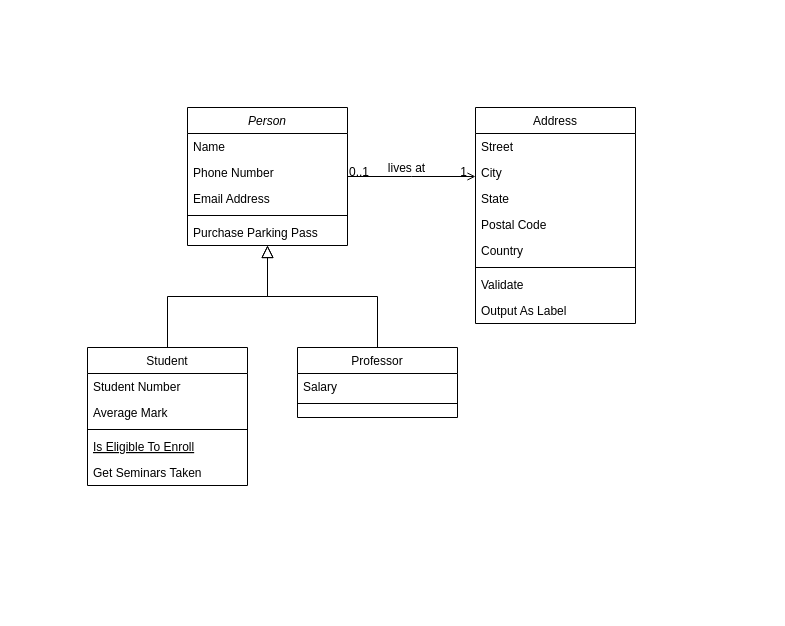
Above: Untitled Diagram.drawio in meowie2k3/BoxOfParticle (draw.io), before the change. Source tidied: cells renumbered, new cells numbered last; positions are measured from the earlier drawing's top-left corner, leaving out a move shared by most shapes. Both pictures are drawn from the tidied source at 100%, with x=0, y=0 at pixel (87, 107).
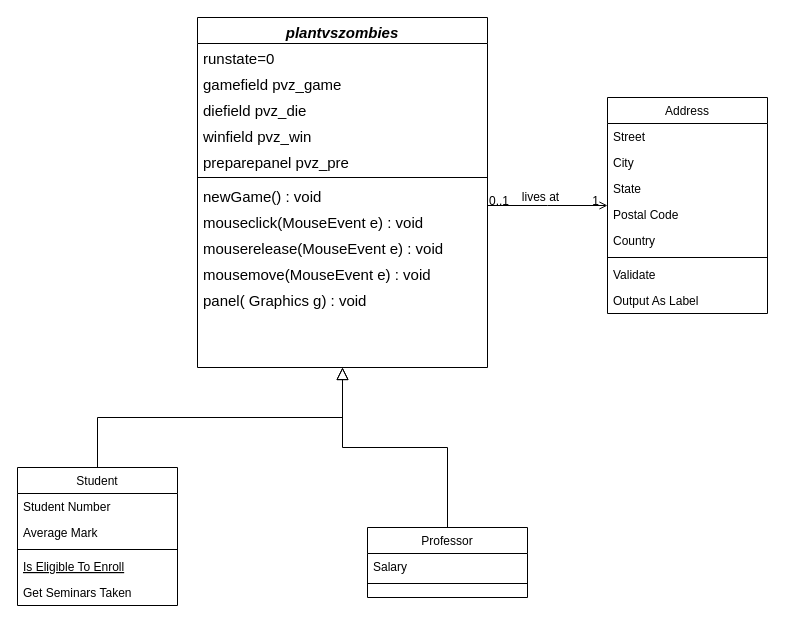
Above is the later version.

The edit, as a diff of the source:
```diff
@@
-    <mxCell id="2" value="Person" style="swimlane;fontStyle=2;align=center;verticalAlign=top;horizontal=1;startSize=26;rounded=0;shadow=0;strokeWidth=1;" parent="1" vertex="1">
-      <mxGeometry x="100" width="160" height="138" as="geometry" />
+    <mxCell id="2" value="plantvszombies" style="swimlane;fontStyle=3;align=center;verticalAlign=top;horizontal=1;startSize=26;rounded=0;shadow=0;strokeWidth=1;fontSize=15;" parent="1" vertex="1">
+      <mxGeometry x="110" y="-90" width="290" height="350" as="geometry" />
     </mxCell>
-    <mxCell id="3" value="Name" style="text;align=left;verticalAlign=top;spacingLeft=4;spacingRight=4;overflow=hidden;" parent="2" vertex="1">
-      <mxGeometry y="26" width="160" height="26" as="geometry" />
+    <mxCell id="3" value="runstate=0" style="text;align=left;verticalAlign=top;spacingLeft=4;spacingRight=4;overflow=hidden;fontSize=15;" parent="2" vertex="1">
+      <mxGeometry y="26" width="290" height="26" as="geometry" />
     </mxCell>
-    <mxCell id="4" value="Phone Number" style="text;align=left;verticalAlign=top;spacingLeft=4;spacingRight=4;overflow=hidden;rounded=0;shadow=0;html=0;" parent="2" vertex="1">
-      <mxGeometry y="52" width="160" height="26" as="geometry" />
+    <mxCell id="4" value="gamefield pvz_game" style="text;align=left;verticalAlign=top;spacingLeft=4;spacingRight=4;overflow=hidden;rounded=0;shadow=0;html=0;fontSize=15;" parent="2" vertex="1">
+      <mxGeometry y="52" width="290" height="26" as="geometry" />
     </mxCell>
-    <mxCell id="5" value="Email Address" style="text;align=left;verticalAlign=top;spacingLeft=4;spacingRight=4;overflow=hidden;rounded=0;shadow=0;html=0;" parent="2" vertex="1">
-      <mxGeometry y="78" width="160" height="26" as="geometry" />
+    <mxCell id="5" value="diefield pvz_die" style="text;align=left;verticalAlign=top;spacingLeft=4;spacingRight=4;overflow=hidden;rounded=0;shadow=0;html=0;fontSize=15;" parent="2" vertex="1">
+      <mxGeometry y="78" width="290" height="26" as="geometry" />
     </mxCell>
+    <mxCell id="32" value="winfield pvz_win" style="text;align=left;verticalAlign=top;spacingLeft=4;spacingRight=4;overflow=hidden;rounded=0;shadow=0;html=0;fontSize=15;" parent="2" vertex="1">
+      <mxGeometry y="104" width="290" height="26" as="geometry" />
+    </mxCell>
+    <mxCell id="33" value="preparepanel pvz_pre" style="text;align=left;verticalAlign=top;spacingLeft=4;spacingRight=4;overflow=hidden;rounded=0;shadow=0;html=0;fontSize=15;" parent="2" vertex="1">
+      <mxGeometry y="130" width="290" height="26" as="geometry" />
+    </mxCell>
     <mxCell id="6" style="line;html=1;strokeWidth=1;align=left;verticalAlign=middle;spacingTop=-1;spacingLeft=3;spacingRight=3;labelPosition=right;" parent="2" vertex="1">
-      <mxGeometry y="104" width="160" height="8" as="geometry" />
+      <mxGeometry y="156" width="290" height="8" as="geometry" />
     </mxCell>
-    <mxCell id="7" value="Purchase Parking Pass" style="text;align=left;verticalAlign=top;spacingLeft=4;spacingRight=4;overflow=hidden;" parent="2" vertex="1">
-      <mxGeometry y="112" width="160" height="26" as="geometry" />
+    <mxCell id="7" value="newGame() : void" style="text;align=left;verticalAlign=top;spacingLeft=4;spacingRight=4;overflow=hidden;fontSize=15;" parent="2" vertex="1">
+      <mxGeometry y="164" width="290" height="26" as="geometry" />
     </mxCell>
+    <mxCell id="34" value="mouseclick(MouseEvent e) : void" style="text;align=left;verticalAlign=top;spacingLeft=4;spacingRight=4;overflow=hidden;fontSize=15;" parent="2" vertex="1">
+      <mxGeometry y="190" width="290" height="26" as="geometry" />
+    </mxCell>
+    <mxCell id="35" value="mouserelease(MouseEvent e) : void" style="text;align=left;verticalAlign=top;spacingLeft=4;spacingRight=4;overflow=hidden;fontSize=15;" parent="2" vertex="1">
+      <mxGeometry y="216" width="290" height="26" as="geometry" />
+    </mxCell>
+    <mxCell id="36" value="mousemove(MouseEvent e) : void" style="text;align=left;verticalAlign=top;spacingLeft=4;spacingRight=4;overflow=hidden;fontSize=15;" parent="2" vertex="1">
+      <mxGeometry y="242" width="290" height="26" as="geometry" />
+    </mxCell>
+    <mxCell id="37" value="panel( Graphics g) : void" style="text;align=left;verticalAlign=top;spacingLeft=4;spacingRight=4;overflow=hidden;fontSize=15;" parent="2" vertex="1">
+      <mxGeometry y="268" width="290" height="26" as="geometry" />
+    </mxCell>
     <mxCell id="8" value="Student" style="swimlane;fontStyle=0;align=center;verticalAlign=top;horizontal=1;startSize=26;rounded=0;shadow=0;strokeWidth=1;" parent="1" vertex="1">
-      <mxGeometry y="240" width="160" height="138" as="geometry" />
+      <mxGeometry x="-70" y="360" width="160" height="138" as="geometry" />
     </mxCell>
@@
     <mxCell id="15" value="Professor" style="swimlane;fontStyle=0;align=center;verticalAlign=top;horizontal=1;startSize=26;rounded=0;shadow=0;strokeWidth=1;" parent="1" vertex="1">
-      <mxGeometry x="210" y="240" width="160" height="70" as="geometry" />
+      <mxGeometry x="280" y="420" width="160" height="70" as="geometry" />
     </mxCell>
@@
     <mxCell id="19" value="Address" style="swimlane;fontStyle=0;align=center;verticalAlign=top;horizontal=1;startSize=26;rounded=0;shadow=0;strokeWidth=1;" parent="1" vertex="1">
-      <mxGeometry x="388" width="160" height="216" as="geometry" />
+      <mxGeometry x="520" y="-10" width="160" height="216" as="geometry" />
     </mxCell>
```
